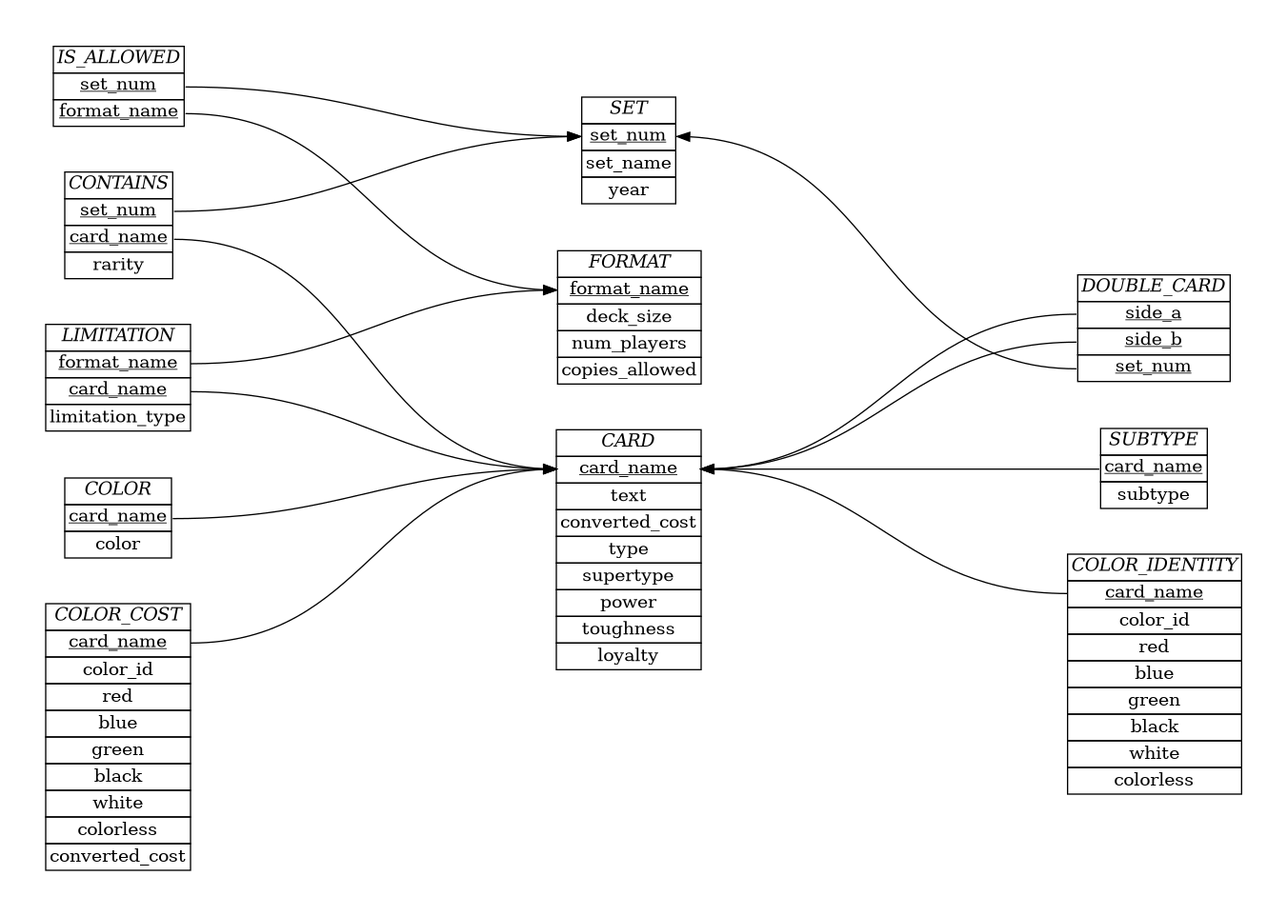
The Graphviz diagram schema/ER_diagram.png in akilmarshall/trumark, before a commit. Its source is kept beside it as schema/ER_diagram.dot.
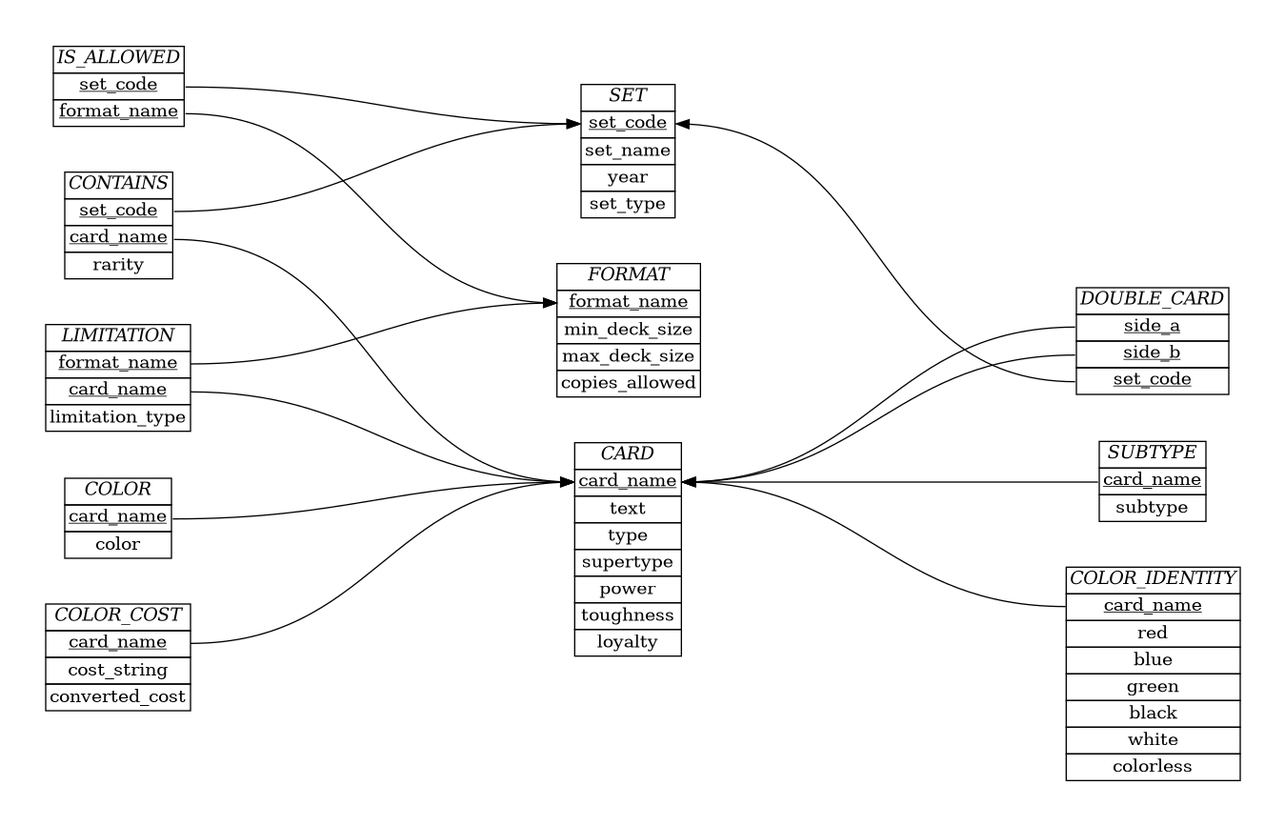
The same diagram one commit later.

Commit message:
major overhaul of the documentation and corrected errors in the schema diagram

The edit, as a diff of the source:
```diff
@@ -7,17 +7,18 @@
         <table border="0" cellborder="1" cellspacing="0">
         <tr><td><i>FORMAT</i></td></tr>
         <tr><td port="1"><u>format_name</u></td></tr>
-        <tr><td port="2">deck_size</td></tr>
-        <tr><td port="3">num_players</td></tr>
+        <tr><td port="2">min_deck_size</td></tr>
+        <tr><td port="3">max_deck_size</td></tr>
         <tr><td port="4">copies_allowed</td></tr>
         </table>>];
 
     Set [label=<
         <table border="0" cellborder="1" cellspacing="0">
         <tr><td><i>SET</i></td></tr>
-        <tr><td port="1"><u><font color="black">set_num</font></u></td></tr>
-        <tr><td port="1"><font color="black">set_name</font></td></tr>
-        <tr><td port="2">year</td></tr>
+        <tr><td port="1"><u><font color="black">set_code</font></u></td></tr>
+        <tr><td port="2"><font color="black">set_name</font></td></tr>
+        <tr><td port="3">year</td></tr>
+        <tr><td port="4">set_type</td></tr>
         </table>>];
 
     Card [label=<
@@ -25,7 +26,6 @@
         <tr><td><i>CARD</i></td></tr>
         <tr><td port="1"><u><font color="black">card_name</font></u></td></tr>
         <tr><td port="2">text</td></tr>
-        <tr><td port="3">converted_cost</td></tr>
         <tr><td port="4">type</td></tr>
         <tr><td port="5">supertype</td></tr>
         <tr><td port="6">power</td></tr>
@@ -36,7 +36,7 @@
     Contains [label=<
         <table border="0" cellborder="1" cellspacing="0">
         <tr><td><i>CONTAINS</i></td></tr>
-        <tr><td port="1"><u>set_num</u></td></tr>
+        <tr><td port="1"><u>set_code</u></td></tr>
         <tr><td port="2"><u>card_name</u></td></tr>
         <tr><td port="3">rarity</td></tr>
         </table>>];
@@ -44,7 +44,7 @@
     Is_allowed [label=<
         <table border="0" cellborder="1" cellspacing="0">
         <tr><td><i>IS_ALLOWED</i></td></tr>
-        <tr><td port="1"><u>set_num</u></td></tr>
+        <tr><td port="1"><u>set_code</u></td></tr>
         <tr><td port="2"><u>format_name</u></td></tr>
         </table>>];
 
@@ -53,7 +53,7 @@
         <tr><td><i>DOUBLE_CARD</i></td></tr>
         <tr><td port="1"><u>side_a</u></td></tr>
         <tr><td port="2"><u>side_b</u></td></tr>
-        <tr><td port="3"><u>set_num</u></td></tr>
+        <tr><td port="3"><u>set_code</u></td></tr>
         </table>>];
 
     Limitation [label=< <table border="0" cellborder="1" cellspacing="0">
@@ -74,20 +74,19 @@
         <table border="0" cellborder="1" cellspacing="0">
         <tr><td><i>COLOR_IDENTITY</i></td></tr>
         <tr><td port="1"><u>card_name</u></td></tr>
-        <tr><td port="2">color_id</td></tr>
-        <tr><td port="3">red</td></tr>
-        <tr><td port="4">blue</td></tr>
-        <tr><td port="5">green</td></tr>
-        <tr><td port="6">black</td></tr>
-        <tr><td port="7">white</td></tr>
-        <tr><td port="8">colorless</td></tr>
+        <tr><td port="2">red</td></tr>
+        <tr><td port="3">blue</td></tr>
+        <tr><td port="4">green</td></tr>
+        <tr><td port="5">black</td></tr>
+        <tr><td port="6">white</td></tr>
+        <tr><td port="7">colorless</td></tr>
         </table>>];
 
     Color_cost [label=<
         <table border="0" cellborder="1" cellspacing="0">
         <tr><td><i>COLOR_COST</i></td></tr>
         <tr><td port="1"><u>card_name</u></td></tr>
-        <tr><td port="2">cost</td></tr>
+        <tr><td port="2">cost_string</td></tr>
         <tr><td port="9">converted_cost</td></tr>
         </table>>];
 
```
